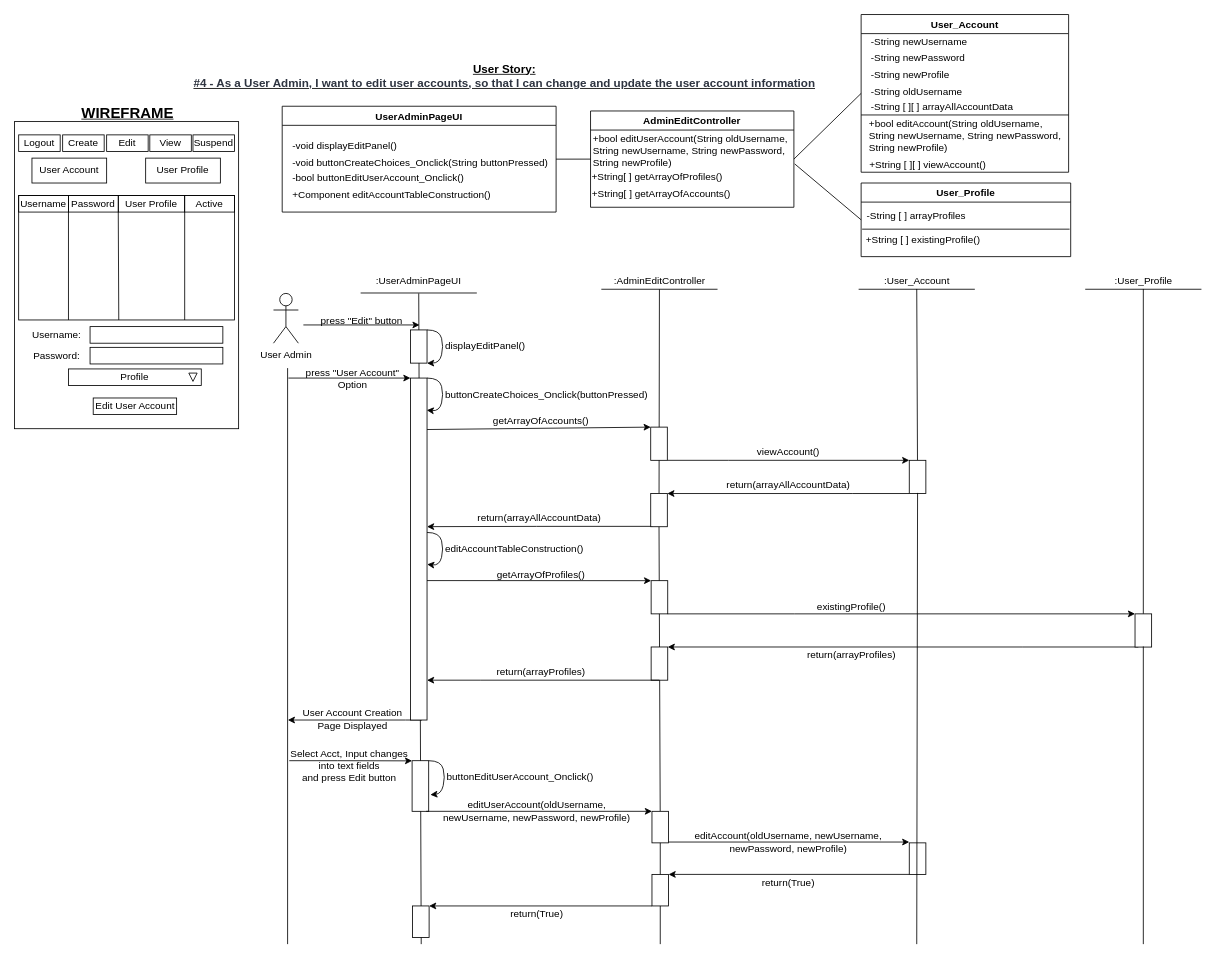
The draw.io diagram BCE_UML_and_Diagrams/UserAdmin/UserAdmin_Edit(#4&9)/UserStory#4_EditUserAccount.drawio in extred5700/JAVAGUI-Restaurant-Table-Order-System, before the edit. Source tidied: cells renumbered, new cells numbered last; positions are measured from the earlier drawing's top-left corner, leaving out a move shared by most shapes. Both pictures are drawn from the tidied source at 83%, with x=0, y=0 at pixel (14, 14).
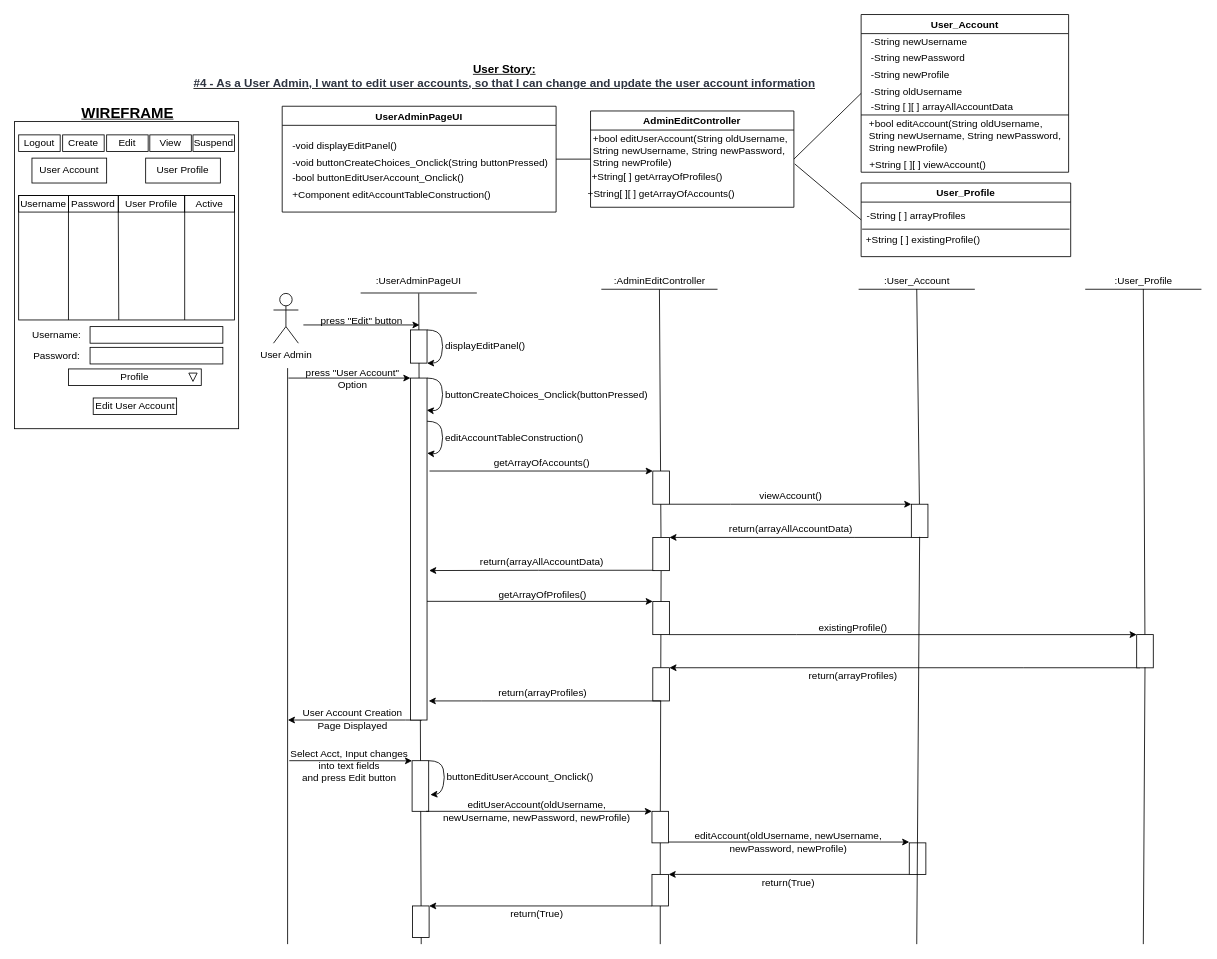
Above is the later version.

Unchanged cells that the change refers to:
```xml
<mxCell id="10" value="AdminEditController" style="swimlane;" parent="1" vertex="1">
  <mxGeometry x="694" y="116.2" width="245" height="116" as="geometry" />
</mxCell>
```

Change to the diagram source:
```diff
@@
-    <mxCell id="13" value="+String[ ] getArrayOfAccounts()" style="text;html=1;align=center;verticalAlign=middle;strokeColor=none;fillColor=none;" parent="10" vertex="1">
-      <mxGeometry x="-5" y="90.2" width="180" height="20" as="geometry" />
+    <mxCell id="13" value="+String[ ][ ] getArrayOfAccounts()" style="text;html=1;align=center;verticalAlign=middle;strokeColor=none;fillColor=none;" parent="10" vertex="1">
+      <mxGeometry x="-10" y="90.2" width="190" height="20" as="geometry" />
     </mxCell>
@@
     <mxCell id="51" value="editAccountTableConstruction()" style="text;html=1;align=left;verticalAlign=middle;strokeColor=none;fillColor=none;" parent="1" vertex="1">
-      <mxGeometry x="517" y="634" width="180" height="20" as="geometry" />
+      <mxGeometry x="517" y="500" width="180" height="20" as="geometry" />
     </mxCell>
@@
     <mxCell id="95" style="endArrow=classic;html=1;rounded=0;entryX=0;entryY=0;entryDx=0;entryDy=0;" parent="1" edge="1" target="98">
       <mxGeometry relative="1" as="geometry">
-        <mxPoint x="490" y="682" as="sourcePoint" />
+        <mxPoint x="492" y="707" as="sourcePoint" />
       </mxGeometry>
     </mxCell>
     <mxCell id="96" value="getArrayOfProfiles()" style="text;html=1;align=center;verticalAlign=middle;strokeColor=none;fillColor=none;" parent="1" vertex="1">
-      <mxGeometry x="574" y="665" width="120" height="20" as="geometry" />
+      <mxGeometry x="576" y="690" width="120" height="20" as="geometry" />
     </mxCell>
     <mxCell id="97" style="edgeStyle=orthogonalEdgeStyle;rounded=0;jettySize=auto;html=1;exitX=1;exitY=1;exitDx=0;exitDy=0;entryX=0;entryY=0;entryDx=0;entryDy=0;" parent="1" edge="1" source="98" target="106">
       <mxGeometry relative="1" as="geometry">
         <Array as="points">
-          <mxPoint x="940" y="722" />
-          <mxPoint x="940" y="722" />
+          <mxPoint x="942" y="747" />
+          <mxPoint x="942" y="747" />
         </Array>
       </mxGeometry>
     </mxCell>
     <mxCell id="98" style="rounded=0;whiteSpace=wrap;html=1;" parent="1" vertex="1">
-      <mxGeometry x="767" y="682.1" width="20" height="40" as="geometry" />
+      <mxGeometry x="769" y="707.1" width="20" height="40" as="geometry" />
     </mxCell>
     <mxCell id="99" value="existingProfile()" style="text;html=1;align=center;verticalAlign=middle;strokeColor=none;fillColor=none;" parent="1" vertex="1">
-      <mxGeometry x="958" y="704" width="100" height="20" as="geometry" />
+      <mxGeometry x="960" y="729" width="100" height="20" as="geometry" />
     </mxCell>
     <mxCell id="100" style="edgeStyle=orthogonalEdgeStyle;rounded=0;jettySize=auto;html=1;exitX=0;exitY=1;exitDx=0;exitDy=0;entryX=1;entryY=0;entryDx=0;entryDy=0;" parent="1" edge="1" target="101">
       <mxGeometry relative="1" as="geometry">
-        <mxPoint x="1354" y="762" as="sourcePoint" />
+        <mxPoint x="1356" y="787" as="sourcePoint" />
         <Array as="points">
-          <mxPoint x="1214" y="762.1" />
-          <mxPoint x="1214" y="762.1" />
+          <mxPoint x="1216" y="787.1" />
+          <mxPoint x="1216" y="787.1" />
         </Array>
       </mxGeometry>
     </mxCell>
     <mxCell id="101" style="rounded=0;whiteSpace=wrap;html=1;" parent="1" vertex="1">
-      <mxGeometry x="767" y="762" width="20" height="40" as="geometry" />
+      <mxGeometry x="769" y="787" width="20" height="40" as="geometry" />
     </mxCell>
     <mxCell id="102" value="return(arrayProfiles)" style="text;html=1;align=center;verticalAlign=middle;strokeColor=none;fillColor=none;" parent="1" vertex="1">
-      <mxGeometry x="948" y="762" width="120" height="20" as="geometry" />
+      <mxGeometry x="950" y="787" width="120" height="20" as="geometry" />
     </mxCell>
     <mxCell id="103" style="edgeStyle=orthogonalEdgeStyle;rounded=0;orthogonalLoop=1;jettySize=auto;html=1;exitX=0;exitY=1;exitDx=0;exitDy=0;entryX=1;entryY=0;entryDx=0;entryDy=0;" parent="1" edge="1">
       <mxGeometry relative="1" as="geometry">
-        <mxPoint x="777" y="802" as="sourcePoint" />
-        <mxPoint x="497" y="802" as="targetPoint" />
+        <mxPoint x="779" y="827" as="sourcePoint" />
+        <mxPoint x="499" y="827" as="targetPoint" />
         <Array as="points">
-          <mxPoint x="561" y="802" />
-          <mxPoint x="561" y="802" />
+          <mxPoint x="563" y="827" />
+          <mxPoint x="563" y="827" />
         </Array>
       </mxGeometry>
     </mxCell>
     <mxCell id="104" value="return(arrayProfiles)" style="text;html=1;align=center;verticalAlign=middle;strokeColor=none;fillColor=none;" parent="1" vertex="1">
-      <mxGeometry x="574" y="782" width="120" height="20" as="geometry" />
+      <mxGeometry x="576" y="807" width="120" height="20" as="geometry" />
     </mxCell>
     <mxCell id="105" style="curved=1;endArrow=classic;html=1;rounded=0;entryX=1.01;entryY=0.147;entryDx=0;entryDy=0;exitX=1;exitY=0;exitDx=0;exitDy=0;entryPerimeter=0;" parent="1" edge="1">
       <mxGeometry relative="1" as="geometry">
-        <mxPoint x="497" y="624" as="sourcePoint" />
-        <mxPoint x="497.2" y="662.5" as="targetPoint" />
+        <mxPoint x="497" y="490" as="sourcePoint" />
+        <mxPoint x="497.2" y="528.5" as="targetPoint" />
         <Array as="points">
-          <mxPoint x="512" y="624" />
-          <mxPoint x="517" y="644" />
-          <mxPoint x="512" y="664" />
+          <mxPoint x="512" y="490" />
+          <mxPoint x="517" y="510" />
+          <mxPoint x="512" y="530" />
         </Array>
       </mxGeometry>
     </mxCell>
     <mxCell id="106" style="rounded=0;whiteSpace=wrap;html=1;" parent="1" vertex="1">
-      <mxGeometry x="1350" y="722.1" width="20" height="40" as="geometry" />
+      <mxGeometry x="1352" y="747.1" width="20" height="40" as="geometry" />
     </mxCell>
@@
     <mxCell id="110" style="endArrow=classic;html=1;rounded=0;entryX=0;entryY=0;entryDx=0;entryDy=0;" parent="1" edge="1" target="113">
       <mxGeometry relative="1" as="geometry">
-        <mxPoint x="497" y="500" as="sourcePoint" />
+        <mxPoint x="500" y="550" as="sourcePoint" />
       </mxGeometry>
     </mxCell>
     <mxCell id="111" value="getArrayOfAccounts()" style="text;html=1;align=center;verticalAlign=middle;strokeColor=none;fillColor=none;" parent="1" vertex="1">
-      <mxGeometry x="568.5" y="480" width="130" height="20" as="geometry" />
+      <mxGeometry x="569.5" y="530" width="130" height="20" as="geometry" />
     </mxCell>
     <mxCell id="112" style="edgeStyle=orthogonalEdgeStyle;rounded=0;jettySize=auto;html=1;exitX=1;exitY=1;exitDx=0;exitDy=0;entryX=0;entryY=0;entryDx=0;entryDy=0;" parent="1" edge="1" source="113" target="116">
       <mxGeometry relative="1" as="geometry">
         <Array as="points">
-          <mxPoint x="860" y="537" />
-          <mxPoint x="860" y="537" />
+          <mxPoint x="862.5" y="589.9" />
+          <mxPoint x="862.5" y="589.9" />
         </Array>
       </mxGeometry>
     </mxCell>
     <mxCell id="113" style="rounded=0;whiteSpace=wrap;html=1;" parent="1" vertex="1">
-      <mxGeometry x="766.5" y="497.1" width="20" height="40" as="geometry" />
+      <mxGeometry x="769" y="550" width="20" height="40" as="geometry" />
     </mxCell>
     <mxCell id="114" value="viewAccount()" style="text;html=1;align=center;verticalAlign=middle;strokeColor=none;fillColor=none;" parent="1" vertex="1">
-      <mxGeometry x="887" y="517.1" width="90" height="20" as="geometry" />
+      <mxGeometry x="889.5" y="570" width="90" height="20" as="geometry" />
     </mxCell>
     <mxCell id="115" style="edgeStyle=orthogonalEdgeStyle;rounded=0;jettySize=auto;html=1;exitX=0;exitY=1;exitDx=0;exitDy=0;entryX=1;entryY=0;entryDx=0;entryDy=0;" parent="1" edge="1" source="116" target="119">
       <mxGeometry relative="1" as="geometry">
         <Array as="points">
-          <mxPoint x="1010" y="577" />
-          <mxPoint x="1010" y="577" />
+          <mxPoint x="1012.5" y="629.9" />
+          <mxPoint x="1012.5" y="629.9" />
         </Array>
       </mxGeometry>
     </mxCell>
     <mxCell id="116" style="rounded=0;whiteSpace=wrap;html=1;" parent="1" vertex="1">
-      <mxGeometry x="1078" y="537.1" width="20" height="40" as="geometry" />
+      <mxGeometry x="1080.5" y="590" width="20" height="40" as="geometry" />
     </mxCell>
@@
     <mxCell id="118" style="edgeStyle=orthogonalEdgeStyle;rounded=0;jettySize=auto;html=1;exitX=0.125;exitY=0.989;exitDx=0;exitDy=0;exitPerimeter=0;" parent="1" edge="1" source="119">
       <mxGeometry relative="1" as="geometry">
-        <mxPoint x="497" y="617" as="targetPoint" />
+        <mxPoint x="499.5" y="669.9" as="targetPoint" />
         <Array as="points">
-          <mxPoint x="629" y="617" />
+          <mxPoint x="631.5" y="669.9" />
         </Array>
       </mxGeometry>
     </mxCell>
     <mxCell id="119" style="rounded=0;whiteSpace=wrap;html=1;" parent="1" vertex="1">
-      <mxGeometry x="766.5" y="577.1" width="20" height="40" as="geometry" />
+      <mxGeometry x="769" y="630" width="20" height="40" as="geometry" />
     </mxCell>
     <mxCell id="120" value="return(arrayAllAccountData)" style="text;html=1;align=center;verticalAlign=middle;strokeColor=none;fillColor=none;" parent="1" vertex="1">
-      <mxGeometry x="852" y="557.1" width="160" height="20" as="geometry" />
+      <mxGeometry x="854.5" y="610" width="160" height="20" as="geometry" />
     </mxCell>
     <mxCell id="121" value="return(arrayAllAccountData)" style="text;html=1;align=center;verticalAlign=middle;strokeColor=none;fillColor=none;" parent="1" vertex="1">
-      <mxGeometry x="552" y="597.1" width="160" height="20" as="geometry" />
+      <mxGeometry x="554.5" y="650" width="160" height="20" as="geometry" />
     </mxCell>
```
